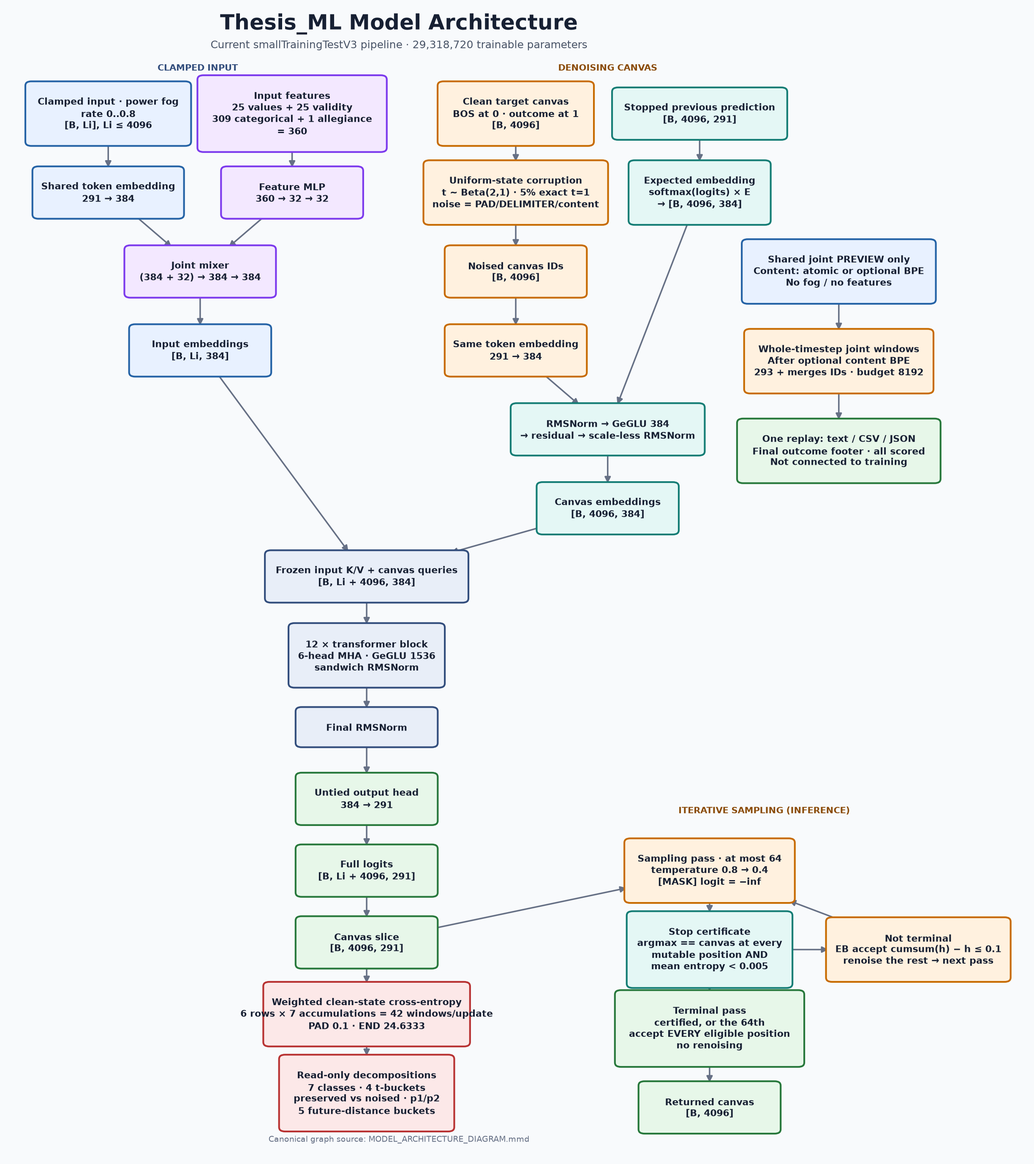
mataeo-eh/Thesis_ML keeps this Mermaid diagram as Model_Architecture/MODEL_ARCHITECTURE_DIAGRAM.png. Above is the earlier version. Its source is kept beside it as Model_Architecture/MODEL_ARCHITECTURE_DIAGRAM.mmd. Its diagram source:
```mermaid
flowchart TD
    P["Shared joint PREVIEW only<br/>Content: atomic or optional BPE<br/>No fog / no features"] --> JW["Whole-timestep joint windows<br/>After optional content BPE<br/>293 + merges IDs · budget 8192"]
    JW --> PO["One replay: text / CSV / JSON<br/>Final outcome footer · all scored<br/>Not connected to training"]
    A["Clamped input · power fog<br/>rate 0..0.8<br/>[B, Li], Li ≤ 4096"] --> E["Shared token embedding<br/>291 → 384"]
    AF["Input features<br/>25 values + 25 validity<br/>309 categorical + 1 allegiance<br/>= 360"] --> FM["Feature MLP<br/>360 → 32 → 32"]
    E --> JM["Joint mixer<br/>(384 + 32) → 384 → 384"]
    FM --> JM
    JM --> IE["Input embeddings<br/>[B, Li, 384]"]

    T["Clean target canvas<br/>BOS at 0 · outcome at 1<br/>[B, 4096]"] --> C["Uniform-state corruption<br/>t ~ Beta(2,1) · 5% exact t=1<br/>noise = PAD/DELIMITER/content"]
    C --> NE["Noised canvas IDs<br/>[B, 4096]"]
    NE --> E2["Same token embedding<br/>291 → 384"]

    FP["Stopped previous prediction<br/>[B, 4096, 291]"] --> EX["Expected embedding<br/>softmax(logits) × E<br/>→ [B, 4096, 384]"]
    EX --> SC["RMSNorm → GeGLU 384<br/>→ residual → scale-less RMSNorm"]
    E2 --> SC
    SC --> CE["Canvas embeddings<br/>[B, 4096, 384]"]

    IE --> CAT["Frozen input K/V + canvas queries<br/>[B, Li + 4096, 384]"]
    CE --> CAT

    CAT --> TR["12 × transformer block<br/>6-head MHA · GeGLU 1536<br/>sandwich RMSNorm"]
    TR --> FN["Final RMSNorm"]
    FN --> OH["Untied output head<br/>384 → 291"]
    OH --> FULL["Full logits<br/>[B, Li + 4096, 291]"]
    FULL --> SLICE["Canvas slice<br/>[B, 4096, 291]"]
    SLICE --> LOSS["Weighted clean-state cross-entropy<br/>6 rows × 7 accumulations = 42 windows/update<br/>PAD 0.1 · END 24.6333"]
    LOSS --> DEC["Read-only decompositions<br/>7 classes · 4 t-buckets<br/>preserved vs noised · p1/p2<br/>5 future-distance buckets"]

    SLICE --> SAMP["Sampling pass · at most 64<br/>temperature 0.8 → 0.4<br/>[MASK] logit = −inf"]
    SAMP --> FIX["Stop certificate<br/>argmax == canvas at every<br/>mutable position AND<br/>mean entropy &lt; 0.005"]
    FIX --> EBA["Not terminal<br/>EB accept cumsum(h) − h ≤ 0.1<br/>renoise the rest → next pass"]
    EBA --> SAMP
    FIX --> TERM["Terminal pass<br/>certified, or the 64th<br/>accept EVERY eligible position<br/>no renoising"]
    TERM --> RET["Returned canvas<br/>[B, 4096]"]
```
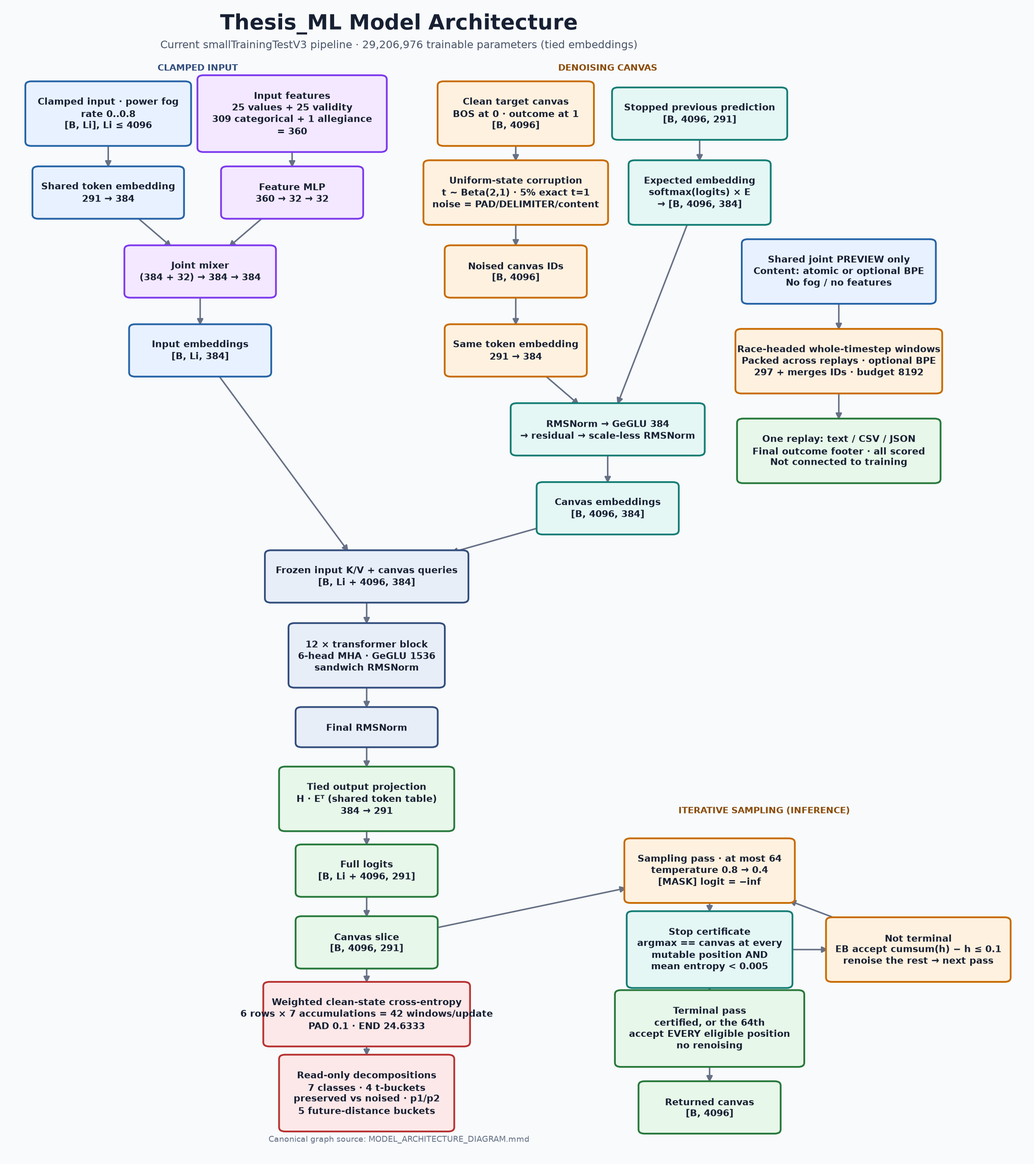
Later version of the same file.

What changed in the source:
```diff
@@ -1,5 +1,5 @@
 flowchart TD
-    P["Shared joint PREVIEW only<br/>Content: atomic or optional BPE<br/>No fog / no features"] --> JW["Whole-timestep joint windows<br/>After optional content BPE<br/>293 + merges IDs · budget 8192"]
+    P["Shared joint PREVIEW only<br/>Content: atomic or optional BPE<br/>No fog / no features"] --> JW["Race-headed whole-timestep windows<br/>Packed across replays · optional BPE<br/>297 + merges IDs · budget 8192"]
     JW --> PO["One replay: text / CSV / JSON<br/>Final outcome footer · all scored<br/>Not connected to training"]
     A["Clamped input · power fog<br/>rate 0..0.8<br/>[B, Li], Li ≤ 4096"] --> E["Shared token embedding<br/>291 → 384"]
     AF["Input features<br/>25 values + 25 validity<br/>309 categorical + 1 allegiance<br/>= 360"] --> FM["Feature MLP<br/>360 → 32 → 32"]
@@ -21,7 +21,7 @@
 
     CAT --> TR["12 × transformer block<br/>6-head MHA · GeGLU 1536<br/>sandwich RMSNorm"]
     TR --> FN["Final RMSNorm"]
-    FN --> OH["Untied output head<br/>384 → 291"]
+    FN --> OH["Tied output projection<br/>H · Eᵀ (shared token table)<br/>384 → 291"]
     OH --> FULL["Full logits<br/>[B, Li + 4096, 291]"]
     FULL --> SLICE["Canvas slice<br/>[B, 4096, 291]"]
     SLICE --> LOSS["Weighted clean-state cross-entropy<br/>6 rows × 7 accumulations = 42 windows/update<br/>PAD 0.1 · END 24.6333"]
```
